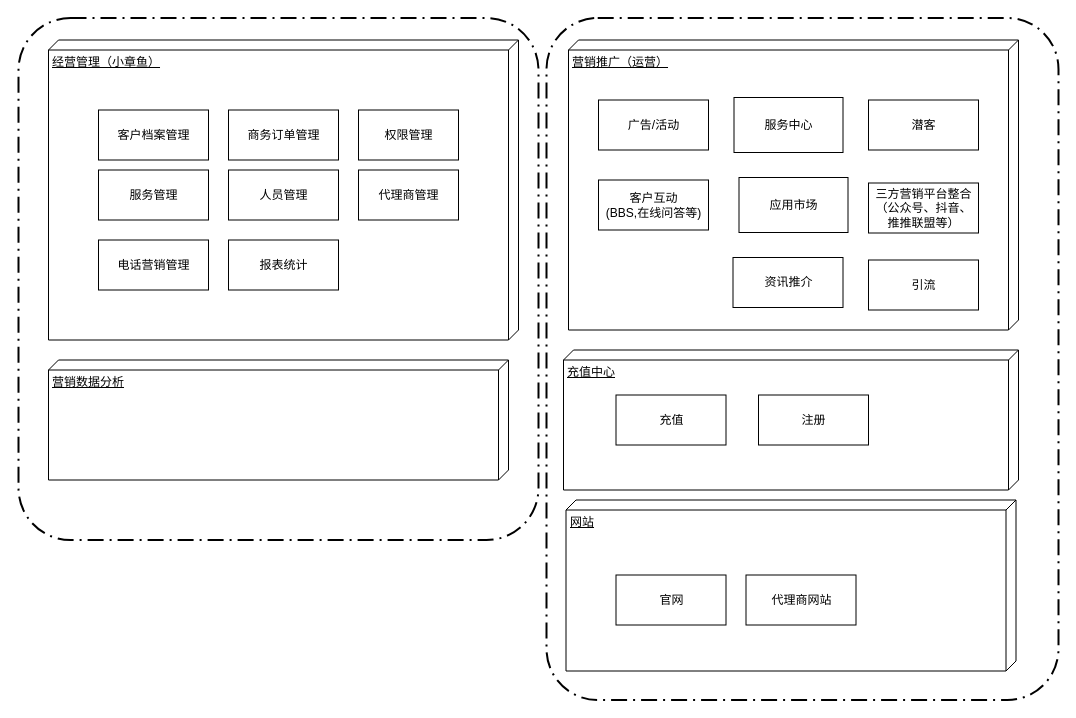
The draw.io diagram page "Page-6" (6 of 6) of 营销系统结构.drawio in mashifei/uml, before the edit. Source tidied: cells renumbered, new cells numbered last; positions are measured from the earlier drawing's top-left corner, leaving out a move shared by most shapes. Both pictures are drawn from the tidied source at 100%, with x=0, y=0 at pixel (18, 17).
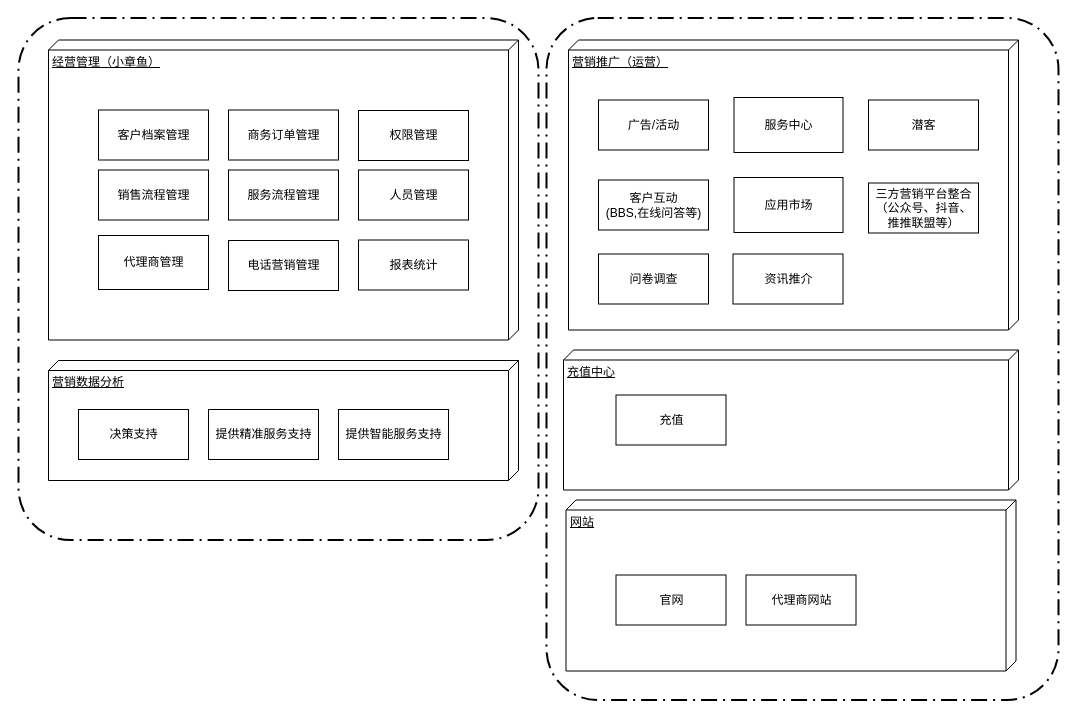
The same page after the edit.

Commit message:
Update 营销系统结构.drawio

Diff of the diagram source:
```diff
@@
-    <mxCell id="8" value="服务管理" style="html=1;" parent="1" vertex="1">
+    <mxCell id="8" value="销售流程管理" style="html=1;" parent="1" vertex="1">
       <mxGeometry x="80" y="152.5" width="110" height="50" as="geometry" />
     </mxCell>
     <mxCell id="9" value="代理商管理" style="html=1;" parent="1" vertex="1">
-      <mxGeometry x="340" y="152.5" width="100" height="50" as="geometry" />
+      <mxGeometry x="80" y="218" width="110" height="54" as="geometry" />
     </mxCell>
     <mxCell id="10" value="人员管理" style="html=1;" parent="1" vertex="1">
-      <mxGeometry x="210" y="152.5" width="110" height="50" as="geometry" />
+      <mxGeometry x="340" y="152.5" width="110" height="50" as="geometry" />
     </mxCell>
     <mxCell id="11" value="权限管理" style="html=1;" parent="1" vertex="1">
-      <mxGeometry x="340" y="92.5" width="100" height="50" as="geometry" />
+      <mxGeometry x="340" y="93" width="110" height="50" as="geometry" />
     </mxCell>
@@
     <mxCell id="13" value="报表统计" style="html=1;" parent="1" vertex="1">
-      <mxGeometry x="210" y="222.5" width="110" height="50" as="geometry" />
+      <mxGeometry x="340" y="222.5" width="110" height="50" as="geometry" />
     </mxCell>
@@
-    <mxCell id="16" value="引流" style="html=1;" parent="1" vertex="1">
-      <mxGeometry x="850" y="242.5" width="110" height="50" as="geometry" />
-    </mxCell>
     <mxCell id="17" value="资讯推介" style="html=1;" parent="1" vertex="1">
-      <mxGeometry x="714.5" y="240" width="110" height="50" as="geometry" />
+      <mxGeometry x="714.5" y="236.5" width="110" height="50" as="geometry" />
     </mxCell>
@@
     <mxCell id="19" value="电话营销管理" style="html=1;" parent="1" vertex="1">
-      <mxGeometry x="80" y="222.5" width="110" height="50" as="geometry" />
+      <mxGeometry x="210" y="223" width="110" height="50" as="geometry" />
     </mxCell>
@@
     <mxCell id="22" value="营销数据分析" style="verticalAlign=top;align=left;spacingTop=8;spacingLeft=2;spacingRight=12;shape=cube;size=10;direction=south;fontStyle=4;html=1;" parent="1" vertex="1">
-      <mxGeometry x="30" y="342.5" width="460" height="120" as="geometry" />
+      <mxGeometry x="30" y="343" width="470" height="120" as="geometry" />
     </mxCell>
@@
-    <mxCell id="26" value="注册" style="html=1;" parent="1" vertex="1">
-      <mxGeometry x="740" y="377.5" width="110" height="50" as="geometry" />
-    </mxCell>
@@
     <mxCell id="28" value="应用市场" style="html=1;" parent="1" vertex="1">
-      <mxGeometry x="720.5" y="160" width="109" height="55" as="geometry" />
+      <mxGeometry x="715.5" y="160" width="109" height="55" as="geometry" />
     </mxCell>
+    <mxCell id="29" value="服务流程管理" style="html=1;" parent="1" vertex="1">
+      <mxGeometry x="210" y="152.5" width="110" height="50" as="geometry" />
+    </mxCell>
+    <mxCell id="30" value="决策支持" style="html=1;" parent="1" vertex="1">
+      <mxGeometry x="60" y="392" width="110" height="50" as="geometry" />
+    </mxCell>
+    <mxCell id="31" value="提供精准服务支持" style="html=1;" parent="1" vertex="1">
+      <mxGeometry x="190" y="392" width="110" height="50" as="geometry" />
+    </mxCell>
+    <mxCell id="32" value="提供智能服务支持" style="html=1;" parent="1" vertex="1">
+      <mxGeometry x="320" y="392" width="110" height="50" as="geometry" />
+    </mxCell>
+    <mxCell id="33" value="问卷调查" style="html=1;" parent="1" vertex="1">
+      <mxGeometry x="580" y="236.5" width="110" height="50" as="geometry" />
+    </mxCell>
```
